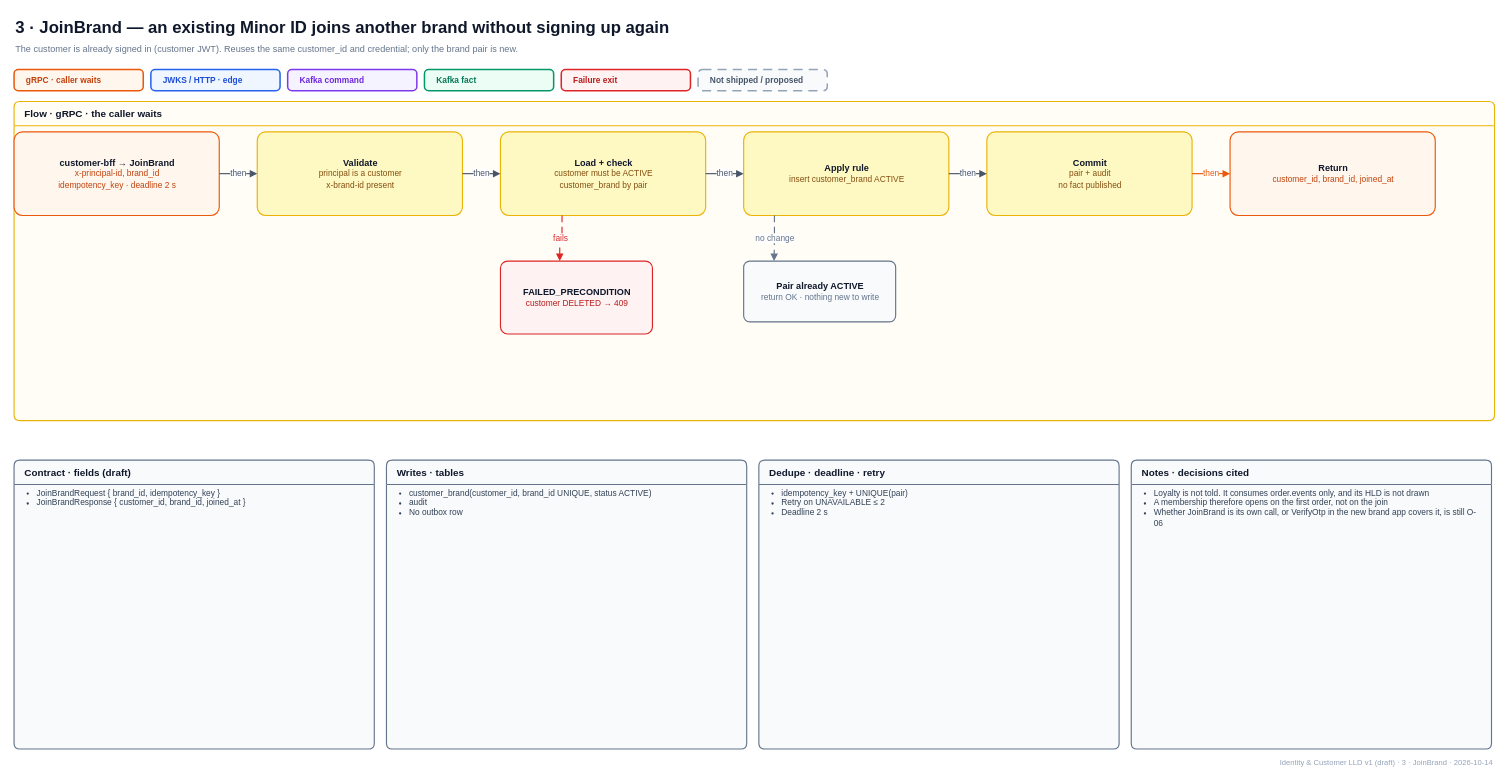
The draw.io diagram page "3 · JoinBrand" (3 of 6) of identity-and-customer-diagrams/identity-customer-lld.drawio in Leakageonthelamp/nexa-platform-achitecture, before the edit. Source tidied: cells renumbered, new cells numbered last; positions are measured from the earlier drawing's top-left corner, leaving out a move shared by most shapes. Both pictures are drawn from the tidied source at 76%, with x=0, y=0 at pixel (14, 13).
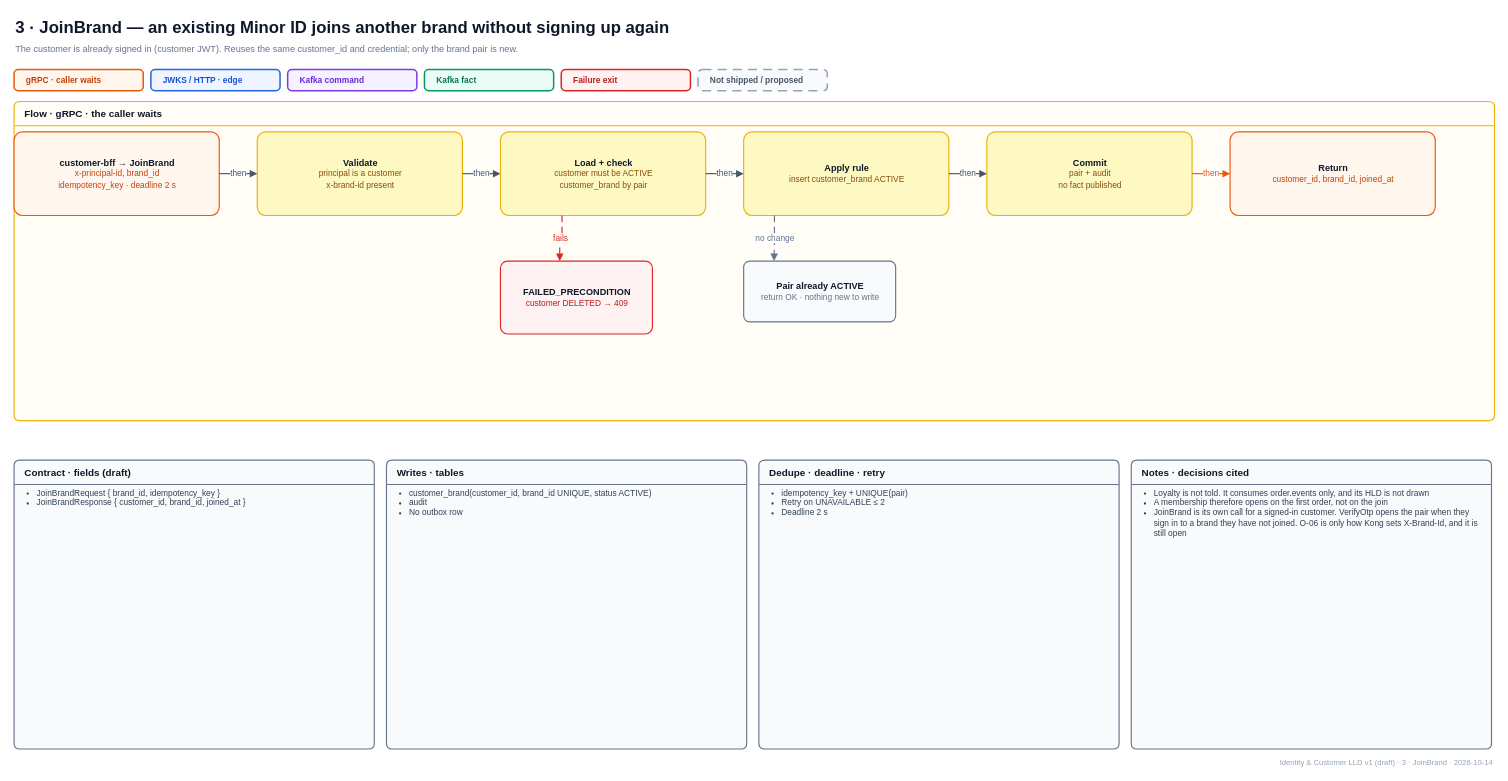
Above is the later version.

The edit, as a diff of the source:
```diff
@@
-    <mxCell id="33" value="&lt;ul style='margin:0;padding-left:16px'&gt;&lt;li&gt;Loyalty is not told. It consumes order.events only, and its HLD is not drawn&lt;/li&gt;&lt;li&gt;A membership therefore opens on the first order, not on the join&lt;/li&gt;&lt;li&gt;Whether JoinBrand is its own call, or VerifyOtp in the new brand app covers it, is still O-06&lt;/li&gt;&lt;/ul&gt;" style="text;html=1;whiteSpace=wrap;fontFamily=Arial;fontSize=11;fontColor=#334155;align=left;verticalAlign=top;" parent="1" vertex="1">
+    <mxCell id="33" value="&lt;ul style='margin:0;padding-left:16px'&gt;&lt;li&gt;Loyalty is not told. It consumes order.events only, and its HLD is not drawn&lt;/li&gt;&lt;li&gt;A membership therefore opens on the first order, not on the join&lt;/li&gt;&lt;li&gt;JoinBrand is its own call for a signed-in customer. VerifyOtp opens the pair when they sign in to a brand they have not joined. O-06 is only how Kong sets X-Brand-Id, and it is still open&lt;/li&gt;&lt;/ul&gt;" style="text;html=1;whiteSpace=wrap;fontFamily=Arial;fontSize=11;fontColor=#334155;align=left;verticalAlign=top;" parent="1" vertex="1">
       <mxGeometry x="1482" y="618" width="450" height="345" as="geometry" />
     </mxCell>
```
